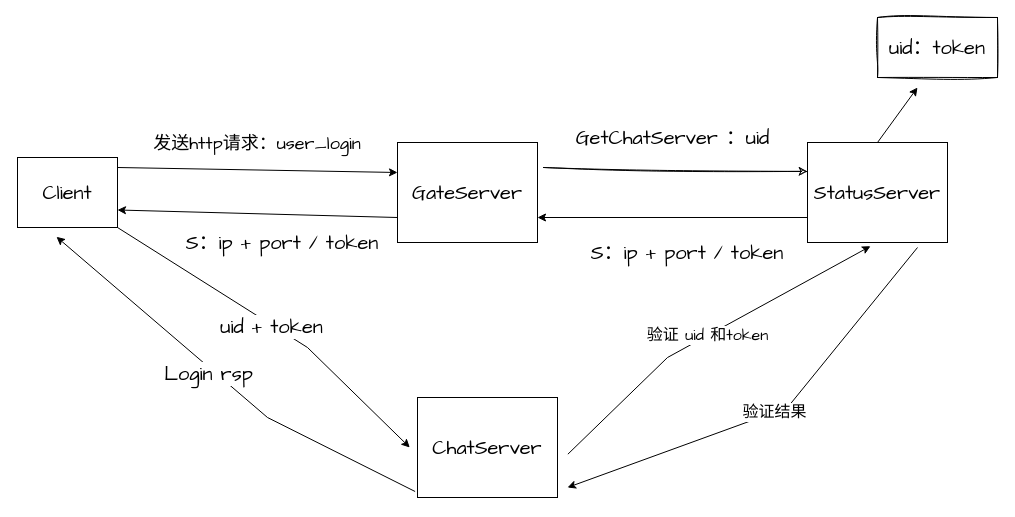
Earlier version of the draw.io diagram ChatServer/ChatServer.drawio (zyuhao7/WeChat). Source tidied: cells renumbered, new cells numbered last; positions are measured from the earlier drawing's top-left corner, leaving out a move shared by most shapes. Both pictures are drawn from the tidied source at 100%, with x=0, y=0 at pixel (17, 17).
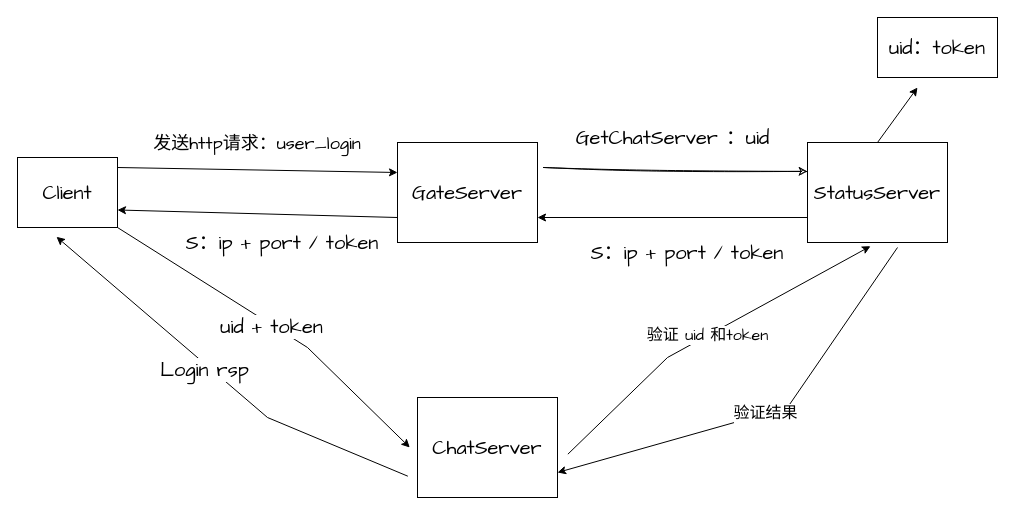
The same page after the edit.

The change refers to these unchanged cells:
```xml
<mxCell id="2" value="Client" style="rounded=0;whiteSpace=wrap;html=1;hachureGap=4;fontFamily=Architects Daughter;fontSize=20;" parent="1" vertex="1">
  <mxGeometry y="140" width="100" height="70" as="geometry" />
</mxCell>
<mxCell id="5" value="ChatServer" style="rounded=0;whiteSpace=wrap;html=1;hachureGap=4;fontFamily=Architects Daughter;fontSize=20;" parent="1" vertex="1">
  <mxGeometry x="400" y="380" width="140" height="100" as="geometry" />
</mxCell>
```

The edit, as a diff of the source:
```diff
@@
-    <mxCell id="15" style="edgeStyle=none;jettySize=auto;html=1;rounded=0;hachureGap=4;fontFamily=Architects Daughter;fontSize=16;exitX=-0.017;exitY=0.94;exitDx=0;exitDy=0;entryX=0.39;entryY=1.133;entryDx=0;entryDy=0;entryPerimeter=0;exitPerimeter=0;" parent="1" edge="1" source="5" target="2">
+    <mxCell id="15" style="edgeStyle=none;jettySize=auto;html=1;rounded=0;hachureGap=4;fontFamily=Architects Daughter;fontSize=16;exitX=-0.069;exitY=0.787;exitDx=0;exitDy=0;entryX=0.39;entryY=1.133;entryDx=0;entryDy=0;entryPerimeter=0;exitPerimeter=0;" parent="1" edge="1" source="5" target="2">
       <mxGeometry relative="1" as="geometry">
         <Array as="points">
           <mxPoint x="250" y="400" />
         </Array>
       </mxGeometry>
     </mxCell>
@@
-    <mxCell id="17" value="验证结果" style="edgeStyle=none;orthogonalLoop=1;jettySize=auto;html=1;rounded=0;hachureGap=4;fontFamily=Architects Daughter;fontSize=16;" parent="1" edge="1">
+    <mxCell id="17" value="验证结果" style="edgeStyle=none;jettySize=auto;html=1;rounded=0;hachureGap=4;fontFamily=Architects Daughter;fontSize=16;entryX=1;entryY=0.75;entryDx=0;entryDy=0;" parent="1" edge="1" target="5">
       <mxGeometry relative="1" as="geometry">
-        <mxPoint x="900" y="230" as="sourcePoint" />
-        <mxPoint x="550" y="470" as="targetPoint" />
+        <mxPoint x="880" y="230" as="sourcePoint" />
         <Array as="points">
           <mxPoint x="770" y="390" />
         </Array>
       </mxGeometry>
     </mxCell>
@@
-    <mxCell id="20" value="uid：token" style="rounded=0;whiteSpace=wrap;html=1;sketch=1;hachureGap=4;jiggle=2;curveFitting=1;fontFamily=Architects Daughter;fontSize=20;" parent="1" vertex="1">
+    <mxCell id="20" value="uid：token" style="rounded=0;whiteSpace=wrap;html=1;hachureGap=4;fontFamily=Architects Daughter;fontSize=20;" parent="1" vertex="1">
       <mxGeometry x="860" width="120" height="60" as="geometry" />
     </mxCell>
```
